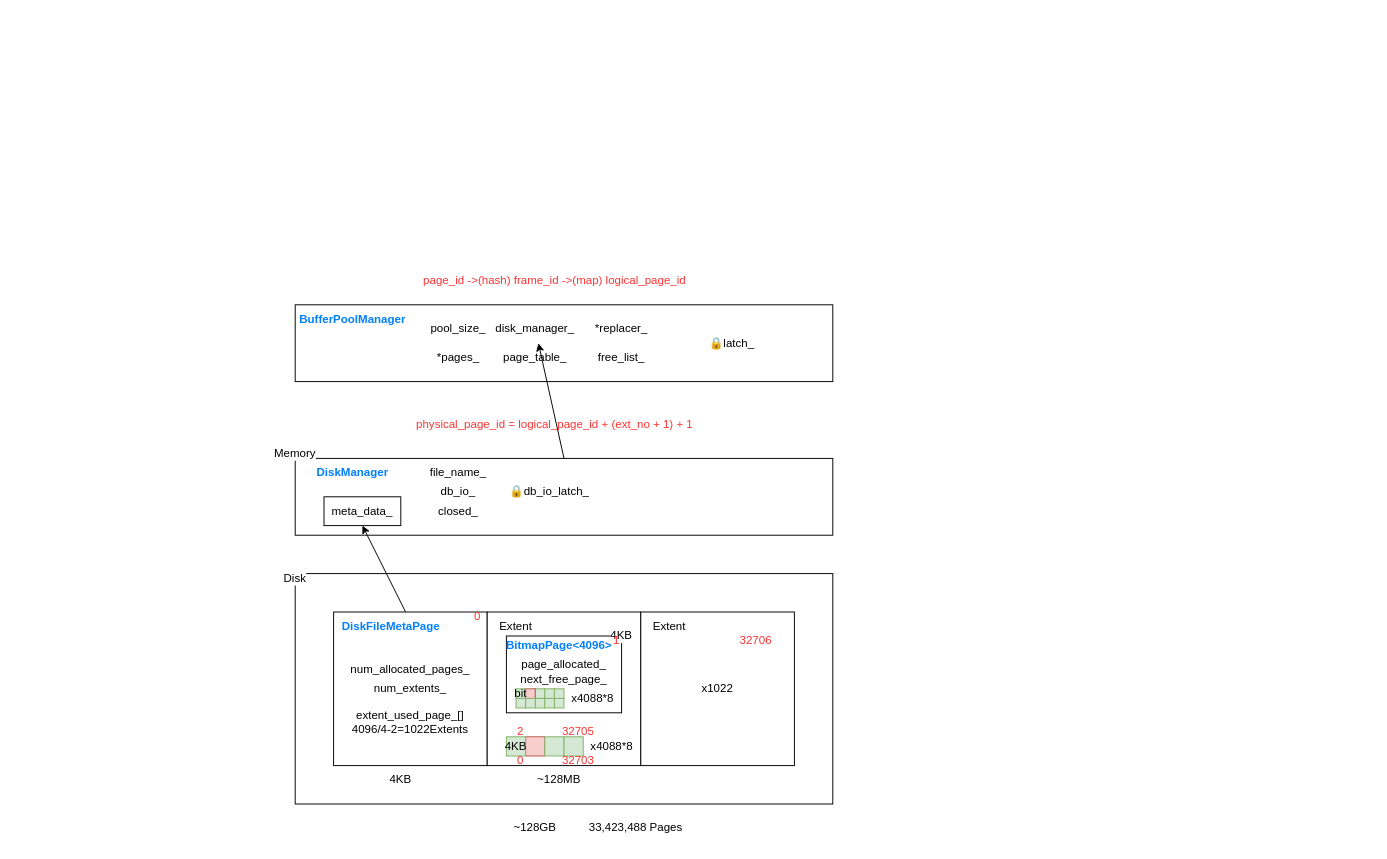
Before: docs/minisql.drawio in bowling233/ZJU-DB-2024-MiniSQL, a draw.io diagram. Source tidied: cells renumbered, new cells numbered last; positions are measured from the earlier drawing's top-left corner, leaving out a move shared by most shapes. Both pictures are drawn from the tidied source at 96%, with x=0, y=0 at pixel (266, 266).
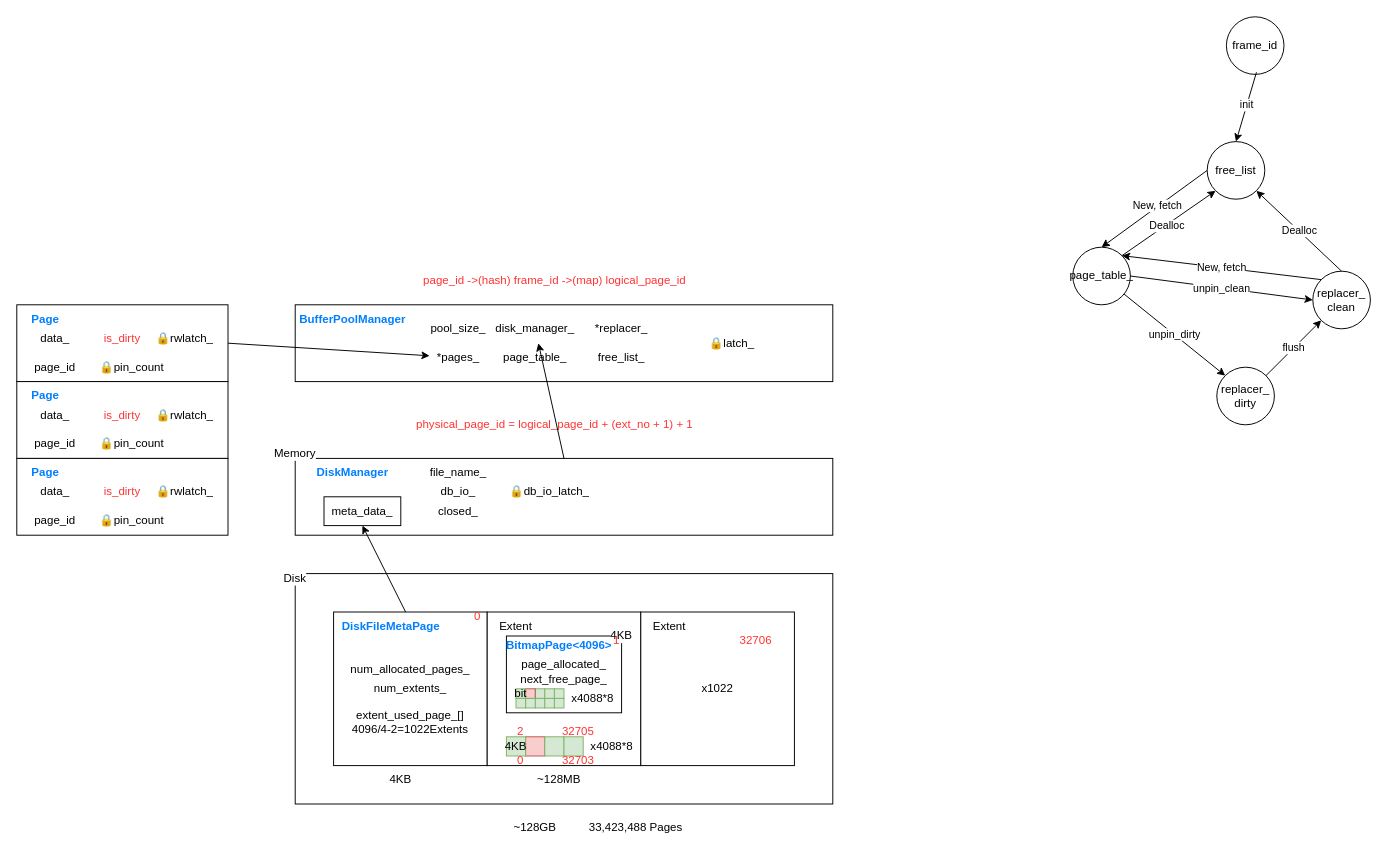
After the change.

The change refers to these unchanged cells:
```xml
<mxCell id="52" value="*pages_" style="text;html=1;align=center;verticalAlign=middle;whiteSpace=wrap;rounded=0;fontFamily=LXGW WenKai;" parent="1" vertex="1">
  <mxGeometry x="170" y="80" width="60" height="30" as="geometry" />
</mxCell>
```

What changed in the source:
```diff
@@
+    <mxCell id="67" style="rounded=0;whiteSpace=wrap;html=1;fontFamily=LXGW WenKai;" parent="1" vertex="1">
+      <mxGeometry x="-260" y="40" width="220" height="80" as="geometry" />
+    </mxCell>
+    <mxCell id="68" value="Page" style="text;html=1;align=center;verticalAlign=middle;whiteSpace=wrap;rounded=0;fontColor=#007FFF;fontStyle=1;fontFamily=LXGW WenKai;" parent="1" vertex="1">
+      <mxGeometry x="-260" y="40" width="60" height="30" as="geometry" />
+    </mxCell>
+    <mxCell id="69" value="data_" style="text;html=1;align=center;verticalAlign=middle;whiteSpace=wrap;rounded=0;fontFamily=LXGW WenKai;" parent="1" vertex="1">
+      <mxGeometry x="-250" y="60" width="60" height="30" as="geometry" />
+    </mxCell>
+    <mxCell id="70" value="page_id" style="text;html=1;align=center;verticalAlign=middle;whiteSpace=wrap;rounded=0;fontFamily=LXGW WenKai;" parent="1" vertex="1">
+      <mxGeometry x="-250" y="90" width="60" height="30" as="geometry" />
+    </mxCell>
+    <mxCell id="71" value="🔒pin_count" style="text;html=1;align=center;verticalAlign=middle;whiteSpace=wrap;rounded=0;fontFamily=LXGW WenKai;fontColor=#000000;" parent="1" vertex="1">
+      <mxGeometry x="-180" y="90" width="80" height="30" as="geometry" />
+    </mxCell>
+    <mxCell id="72" value="is_dirty" style="text;html=1;align=center;verticalAlign=middle;whiteSpace=wrap;rounded=0;fontFamily=LXGW WenKai;fontColor=#FF3333;" parent="1" vertex="1">
+      <mxGeometry x="-180" y="60" width="60" height="30" as="geometry" />
+    </mxCell>
+    <mxCell id="73" value="🔒rwlatch_" style="text;html=1;align=center;verticalAlign=middle;whiteSpace=wrap;rounded=0;fontFamily=LXGW WenKai;" parent="1" vertex="1">
+      <mxGeometry x="-120" y="60" width="70" height="30" as="geometry" />
+    </mxCell>
+    <mxCell id="74" style="endArrow=classic;html=1;rounded=0;exitX=1;exitY=0.5;exitDx=0;exitDy=0;fontFamily=LXGW WenKai;" parent="1" edge="1" source="67" target="52">
+      <mxGeometry relative="1" as="geometry" />
+    </mxCell>
+    <mxCell id="75" style="rounded=0;whiteSpace=wrap;html=1;fontFamily=LXGW WenKai;" parent="1" vertex="1">
+      <mxGeometry x="-260" y="120" width="220" height="80" as="geometry" />
+    </mxCell>
+    <mxCell id="76" value="Page" style="text;html=1;align=center;verticalAlign=middle;whiteSpace=wrap;rounded=0;fontColor=#007FFF;fontStyle=1;fontFamily=LXGW WenKai;" parent="1" vertex="1">
+      <mxGeometry x="-260" y="120" width="60" height="30" as="geometry" />
+    </mxCell>
+    <mxCell id="77" value="data_" style="text;html=1;align=center;verticalAlign=middle;whiteSpace=wrap;rounded=0;fontFamily=LXGW WenKai;" parent="1" vertex="1">
+      <mxGeometry x="-250" y="140" width="60" height="30" as="geometry" />
+    </mxCell>
+    <mxCell id="78" value="page_id" style="text;html=1;align=center;verticalAlign=middle;whiteSpace=wrap;rounded=0;fontFamily=LXGW WenKai;" parent="1" vertex="1">
+      <mxGeometry x="-250" y="170" width="60" height="30" as="geometry" />
+    </mxCell>
+    <mxCell id="79" value="🔒pin_count" style="text;html=1;align=center;verticalAlign=middle;whiteSpace=wrap;rounded=0;fontFamily=LXGW WenKai;fontColor=#000000;" parent="1" vertex="1">
+      <mxGeometry x="-180" y="170" width="80" height="30" as="geometry" />
+    </mxCell>
+    <mxCell id="80" value="is_dirty" style="text;html=1;align=center;verticalAlign=middle;whiteSpace=wrap;rounded=0;fontFamily=LXGW WenKai;fontColor=#FF3333;" parent="1" vertex="1">
+      <mxGeometry x="-180" y="140" width="60" height="30" as="geometry" />
+    </mxCell>
+    <mxCell id="81" value="🔒rwlatch_" style="text;html=1;align=center;verticalAlign=middle;whiteSpace=wrap;rounded=0;fontFamily=LXGW WenKai;" parent="1" vertex="1">
+      <mxGeometry x="-120" y="140" width="70" height="30" as="geometry" />
+    </mxCell>
+    <mxCell id="82" style="rounded=0;whiteSpace=wrap;html=1;fontFamily=LXGW WenKai;" parent="1" vertex="1">
+      <mxGeometry x="-260" y="200" width="220" height="80" as="geometry" />
+    </mxCell>
+    <mxCell id="83" value="Page" style="text;html=1;align=center;verticalAlign=middle;whiteSpace=wrap;rounded=0;fontColor=#007FFF;fontStyle=1;fontFamily=LXGW WenKai;" parent="1" vertex="1">
+      <mxGeometry x="-260" y="200" width="60" height="30" as="geometry" />
+    </mxCell>
+    <mxCell id="84" value="data_" style="text;html=1;align=center;verticalAlign=middle;whiteSpace=wrap;rounded=0;fontFamily=LXGW WenKai;" parent="1" vertex="1">
+      <mxGeometry x="-250" y="220" width="60" height="30" as="geometry" />
+    </mxCell>
+    <mxCell id="85" value="page_id" style="text;html=1;align=center;verticalAlign=middle;whiteSpace=wrap;rounded=0;fontFamily=LXGW WenKai;" parent="1" vertex="1">
+      <mxGeometry x="-250" y="250" width="60" height="30" as="geometry" />
+    </mxCell>
+    <mxCell id="86" value="🔒pin_count" style="text;html=1;align=center;verticalAlign=middle;whiteSpace=wrap;rounded=0;fontFamily=LXGW WenKai;fontColor=#000000;" parent="1" vertex="1">
+      <mxGeometry x="-180" y="250" width="80" height="30" as="geometry" />
+    </mxCell>
+    <mxCell id="87" value="is_dirty" style="text;html=1;align=center;verticalAlign=middle;whiteSpace=wrap;rounded=0;fontFamily=LXGW WenKai;fontColor=#FF3333;" parent="1" vertex="1">
+      <mxGeometry x="-180" y="220" width="60" height="30" as="geometry" />
+    </mxCell>
+    <mxCell id="88" value="🔒rwlatch_" style="text;html=1;align=center;verticalAlign=middle;whiteSpace=wrap;rounded=0;fontFamily=LXGW WenKai;" parent="1" vertex="1">
+      <mxGeometry x="-120" y="220" width="70" height="30" as="geometry" />
+    </mxCell>
+    <mxCell id="89" value="&lt;div&gt;&lt;span style=&quot;background-color: initial;&quot;&gt;free_list&lt;/span&gt;&lt;br&gt;&lt;/div&gt;" style="ellipse;whiteSpace=wrap;html=1;" parent="1" vertex="1">
+      <mxGeometry x="980" y="-130" width="60" height="60" as="geometry" />
+    </mxCell>
+    <mxCell id="90" value="page_table_" style="ellipse;whiteSpace=wrap;html=1;" parent="1" vertex="1">
+      <mxGeometry x="840" y="-20" width="60" height="60" as="geometry" />
+    </mxCell>
+    <mxCell id="91" value="replacer_&lt;div&gt;dirty&lt;/div&gt;" style="ellipse;whiteSpace=wrap;html=1;" parent="1" vertex="1">
+      <mxGeometry x="990" y="105" width="60" height="60" as="geometry" />
+    </mxCell>
+    <mxCell id="92" value="replacer_&lt;div&gt;clean&lt;/div&gt;" style="ellipse;whiteSpace=wrap;html=1;" parent="1" vertex="1">
+      <mxGeometry x="1090" y="5" width="60" height="60" as="geometry" />
+    </mxCell>
+    <mxCell id="93" style="endArrow=classic;html=1;rounded=0;entryX=0.5;entryY=0;entryDx=0;entryDy=0;exitX=0;exitY=0.5;exitDx=0;exitDy=0;" parent="1" edge="1" source="89" target="90">
+      <mxGeometry relative="1" as="geometry" />
+    </mxCell>
+    <mxCell id="94" value="New, fetch" style="edgeLabel;html=1;align=center;verticalAlign=middle;" parent="93" vertex="1">
+      <mxGeometry x="-0.06" y="-1" relative="1" as="geometry" />
+    </mxCell>
+    <mxCell id="95" value="frame_id" style="ellipse;whiteSpace=wrap;html=1;" parent="1" vertex="1">
+      <mxGeometry x="1000" y="-260" width="60" height="60" as="geometry" />
+    </mxCell>
+    <mxCell id="96" style="endArrow=classic;html=1;rounded=0;entryX=0.5;entryY=0;entryDx=0;entryDy=0;exitX=0.522;exitY=0.963;exitDx=0;exitDy=0;exitPerimeter=0;" parent="1" edge="1" source="95" target="89">
+      <mxGeometry relative="1" as="geometry" />
+    </mxCell>
+    <mxCell id="97" value="init" style="edgeLabel;html=1;align=center;verticalAlign=middle;" parent="96" vertex="1">
+      <mxGeometry x="-0.06" y="-1" relative="1" as="geometry" />
+    </mxCell>
+    <mxCell id="98" value="unpin_dirty" style="endArrow=classic;html=1;rounded=0;entryX=0;entryY=0;entryDx=0;entryDy=0;" parent="1" edge="1" source="90" target="91">
+      <mxGeometry relative="1" as="geometry" />
+    </mxCell>
+    <mxCell id="99" value="unpin_clean" style="endArrow=classic;html=1;rounded=0;entryX=0;entryY=0.5;entryDx=0;entryDy=0;exitX=1;exitY=0.5;exitDx=0;exitDy=0;" parent="1" edge="1" source="90" target="92">
+      <mxGeometry relative="1" as="geometry" />
+    </mxCell>
+    <mxCell id="100" value="flush" style="endArrow=classic;html=1;rounded=0;entryX=0;entryY=1;entryDx=0;entryDy=0;exitX=1;exitY=0;exitDx=0;exitDy=0;" parent="1" edge="1" source="91" target="92">
+      <mxGeometry relative="1" as="geometry" />
+    </mxCell>
+    <mxCell id="101" value="Dealloc" style="endArrow=classic;html=1;rounded=0;entryX=1;entryY=1;entryDx=0;entryDy=0;exitX=0.5;exitY=0;exitDx=0;exitDy=0;" parent="1" edge="1" source="92" target="89">
+      <mxGeometry relative="1" as="geometry" />
+    </mxCell>
+    <mxCell id="102" style="endArrow=classic;html=1;rounded=0;entryX=0;entryY=1;entryDx=0;entryDy=0;exitX=1;exitY=0;exitDx=0;exitDy=0;" parent="1" edge="1" source="90" target="89">
+      <mxGeometry relative="1" as="geometry" />
+    </mxCell>
+    <mxCell id="103" value="Dealloc" style="edgeLabel;html=1;align=center;verticalAlign=middle;" parent="102" vertex="1">
+      <mxGeometry x="-0.06" y="-1" relative="1" as="geometry" />
+    </mxCell>
+    <mxCell id="104" value="New, fetch" style="endArrow=classic;html=1;rounded=0;entryX=1;entryY=0;entryDx=0;entryDy=0;exitX=0;exitY=0;exitDx=0;exitDy=0;" parent="1" edge="1" source="92" target="90">
+      <mxGeometry relative="1" as="geometry" />
+    </mxCell>
```
